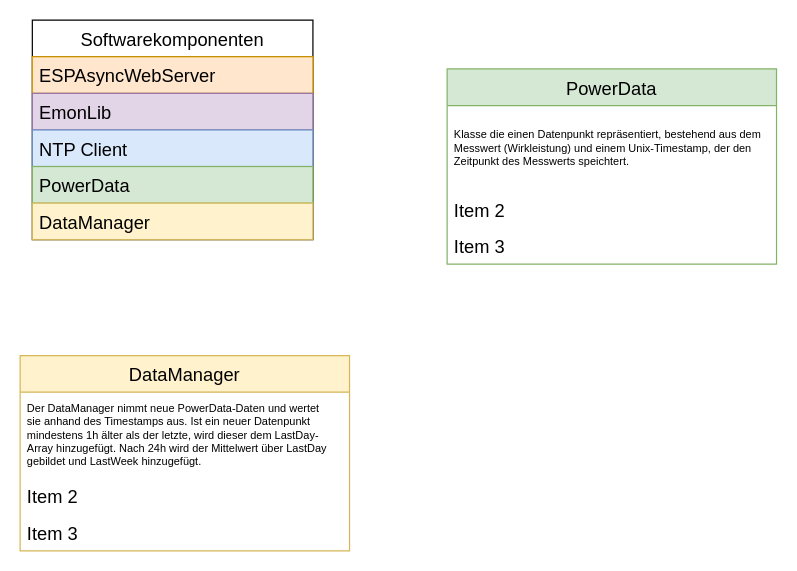
The draw.io diagram page "Server Softwarekomponenten" (2 of 2) of Project Structure.drawio in enovalab/PowerMeter-Firmware, before the edit. Source tidied: cells renumbered, new cells numbered last; positions are measured from the earlier drawing's top-left corner, leaving out a move shared by most shapes. Both pictures are drawn from the tidied source at 122%, with x=0, y=0 at pixel (20, 20).
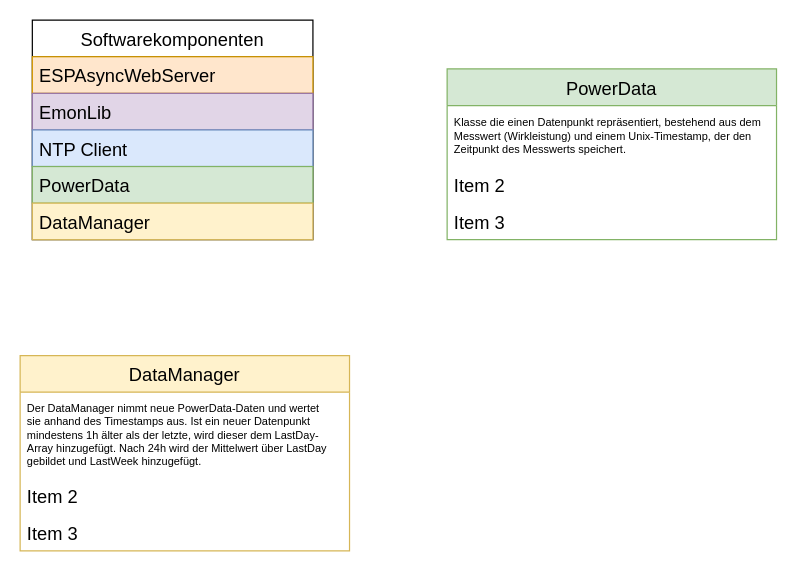
After the change.

What changed in the source:
```diff
@@
 <mxGraphModel>
   <root>
     <mxCell id="0" />
     <mxCell id="1" parent="0" />
     <mxCell id="2" value="Softwarekomponenten" style="swimlane;fontStyle=0;horizontal=1;startSize=30;fontSize=15;glass=0;" parent="1" vertex="1">
       <mxGeometry x="10" width="230" height="180" as="geometry" />
     </mxCell>
     <mxCell id="3" value="ESPAsyncWebServer" style="text;strokeColor=#d79b00;fillColor=#ffe6cc;align=left;verticalAlign=middle;spacingLeft=4;spacingRight=4;overflow=hidden;fontSize=15;" parent="2" vertex="1">
       <mxGeometry y="30" width="230" height="30" as="geometry" />
     </mxCell>
     <mxCell id="4" value="EmonLib" style="text;strokeColor=#9673a6;fillColor=#e1d5e7;align=left;verticalAlign=middle;spacingLeft=4;spacingRight=4;overflow=hidden;fontSize=15;" parent="2" vertex="1">
       <mxGeometry y="60" width="230" height="30" as="geometry" />
     </mxCell>
     <mxCell id="5" value="NTP Client" style="text;strokeColor=#6c8ebf;fillColor=#dae8fc;align=left;verticalAlign=middle;spacingLeft=4;spacingRight=4;overflow=hidden;fontSize=15;" parent="2" vertex="1">
       <mxGeometry y="90" width="230" height="30" as="geometry" />
     </mxCell>
     <mxCell id="6" value="PowerData" style="text;strokeColor=#82b366;fillColor=#d5e8d4;align=left;verticalAlign=middle;spacingLeft=4;spacingRight=4;overflow=hidden;fontSize=15;" parent="2" vertex="1">
       <mxGeometry y="120" width="230" height="30" as="geometry" />
     </mxCell>
     <mxCell id="7" value="DataManager" style="text;strokeColor=#d6b656;fillColor=#fff2cc;align=left;verticalAlign=middle;spacingLeft=4;spacingRight=4;overflow=hidden;fontSize=15;" parent="2" vertex="1">
       <mxGeometry y="150" width="230" height="30" as="geometry" />
     </mxCell>
     <mxCell id="8" value="DataManager" style="swimlane;fontStyle=0;horizontal=1;startSize=30;glass=0;fontSize=15;fillColor=#fff2cc;strokeColor=#d6b656;" parent="1" vertex="1">
       <mxGeometry y="275" width="270" height="160" as="geometry" />
     </mxCell>
     <mxCell id="9" value="Der DataManager nimmt neue PowerData-Daten und wertet&#10;sie anhand des Timestamps aus. Ist ein neuer Datenpunkt &#10;mindestens 1h älter als der letzte, wird dieser dem LastDay-&#10;Array hinzugefügt. Nach 24h wird der Mittelwert über LastDay &#10;gebildet und LastWeek hinzugefügt." style="text;strokeColor=none;fillColor=none;align=left;verticalAlign=middle;spacingLeft=4;spacingRight=4;overflow=hidden;glass=0;fontSize=9;" parent="8" vertex="1">
       <mxGeometry y="30" width="270" height="70" as="geometry" />
     </mxCell>
     <mxCell id="10" value="Item 2" style="text;strokeColor=none;fillColor=none;align=left;verticalAlign=middle;spacingLeft=4;spacingRight=4;overflow=hidden;glass=0;fontSize=15;" parent="8" vertex="1">
       <mxGeometry y="100" width="270" height="30" as="geometry" />
     </mxCell>
     <mxCell id="11" value="Item 3" style="text;strokeColor=none;fillColor=none;align=left;verticalAlign=middle;spacingLeft=4;spacingRight=4;overflow=hidden;glass=0;fontSize=15;" parent="8" vertex="1">
       <mxGeometry y="130" width="270" height="30" as="geometry" />
     </mxCell>
     <mxCell id="12" value="PowerData" style="swimlane;fontStyle=0;horizontal=1;startSize=30;glass=0;fontSize=15;fillColor=#d5e8d4;strokeColor=#82b366;" parent="1" vertex="1">
-      <mxGeometry x="350" y="40" width="270" height="160" as="geometry" />
+      <mxGeometry x="350" y="40" width="270" height="140" as="geometry" />
     </mxCell>
-    <mxCell id="13" value="Klasse die einen Datenpunkt repräsentiert, bestehend aus dem&#10;Messwert (Wirkleistung) und einem Unix-Timestamp, der den&#10;Zeitpunkt des Messwerts speichtert." style="text;strokeColor=none;fillColor=none;align=left;verticalAlign=middle;spacingLeft=4;spacingRight=4;overflow=hidden;glass=0;fontSize=9;" parent="12" vertex="1">
-      <mxGeometry y="30" width="270" height="70" as="geometry" />
+    <mxCell id="13" value="Klasse die einen Datenpunkt repräsentiert, bestehend aus dem&#10;Messwert (Wirkleistung) und einem Unix-Timestamp, der den&#10;Zeitpunkt des Messwerts speichert." style="text;strokeColor=none;fillColor=none;align=left;verticalAlign=middle;spacingLeft=4;spacingRight=4;overflow=hidden;glass=0;fontSize=9;" parent="12" vertex="1">
+      <mxGeometry y="30" width="270" height="50" as="geometry" />
     </mxCell>
     <mxCell id="14" value="Item 2" style="text;strokeColor=none;fillColor=none;align=left;verticalAlign=middle;spacingLeft=4;spacingRight=4;overflow=hidden;glass=0;fontSize=15;" parent="12" vertex="1">
-      <mxGeometry y="100" width="270" height="30" as="geometry" />
+      <mxGeometry y="80" width="270" height="30" as="geometry" />
     </mxCell>
     <mxCell id="15" value="Item 3" style="text;strokeColor=none;fillColor=none;align=left;verticalAlign=middle;spacingLeft=4;spacingRight=4;overflow=hidden;glass=0;fontSize=15;" parent="12" vertex="1">
-      <mxGeometry y="130" width="270" height="30" as="geometry" />
+      <mxGeometry y="110" width="270" height="30" as="geometry" />
     </mxCell>
   </root>
 </mxGraphModel>
```
